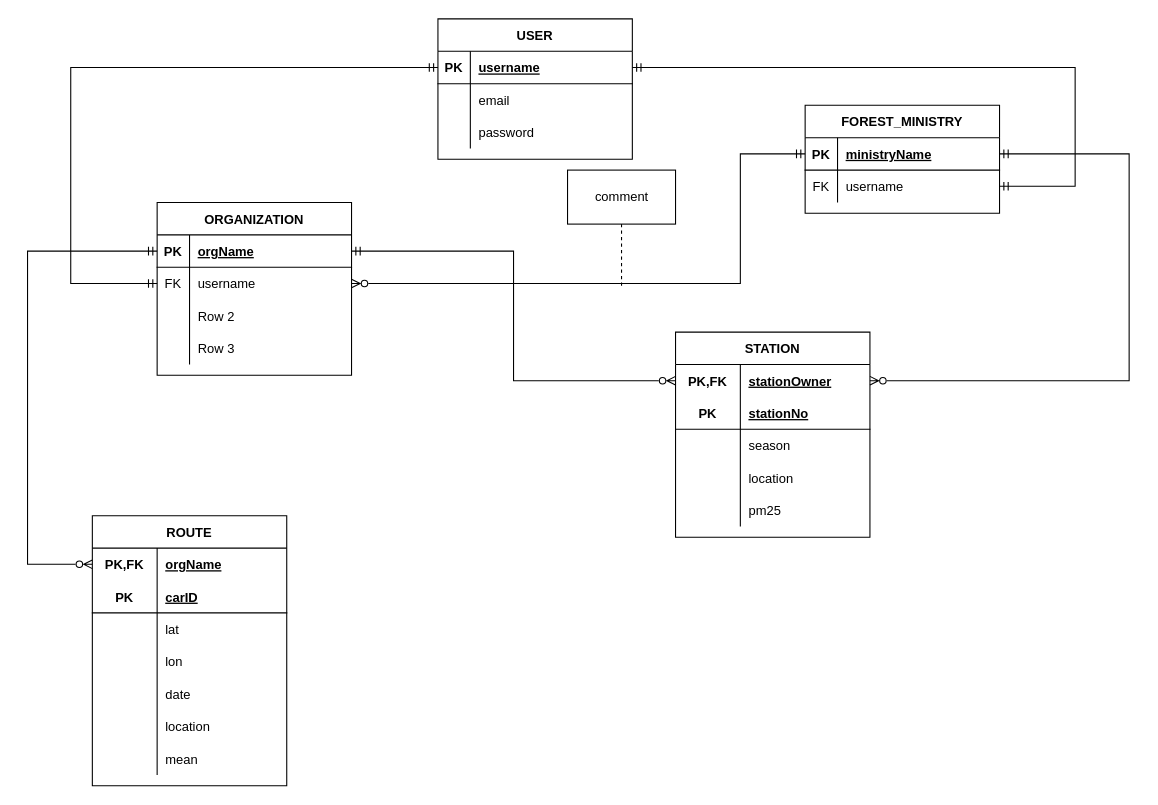
Earlier version of the draw.io diagram EERD.drawio (zorojuro75/CSE303-sec-03-Group-03). Source tidied: cells renumbered, new cells numbered last; positions are measured from the earlier drawing's top-left corner, leaving out a move shared by most shapes. Both pictures are drawn from the tidied source at 108%, with x=0, y=0 at pixel (27, 18).
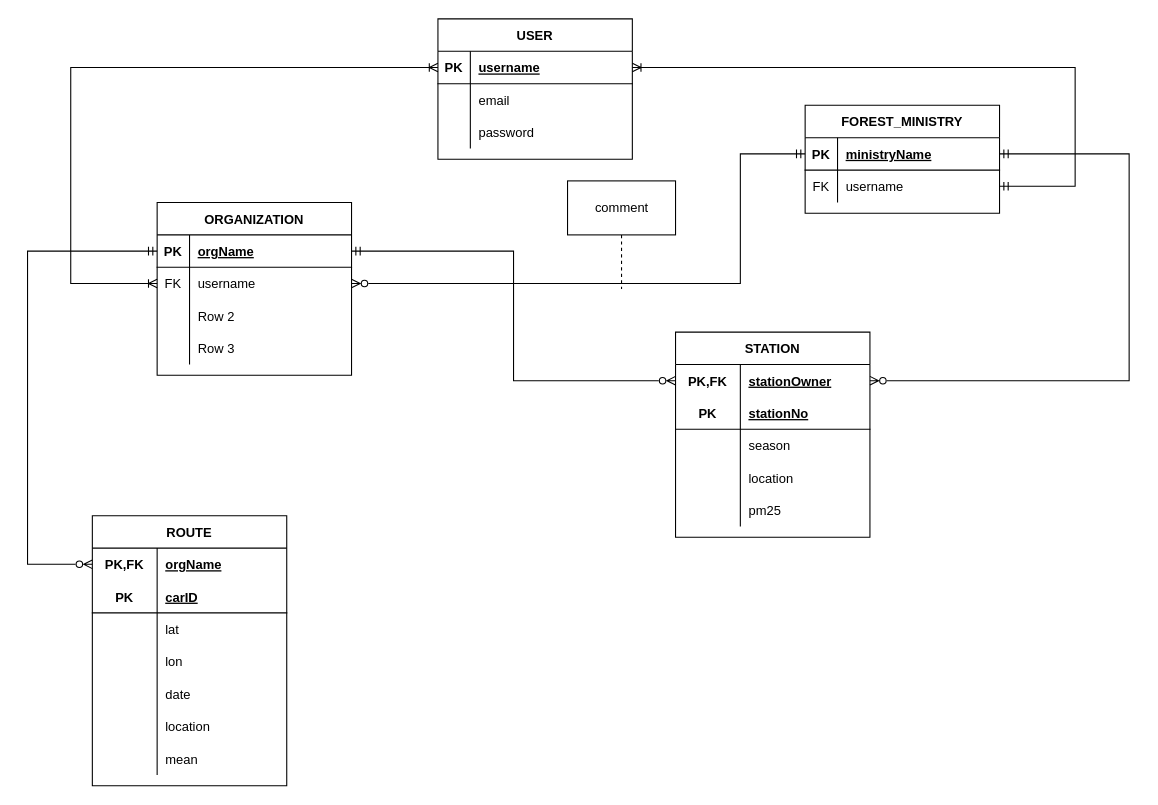
The same diagram, later.

Unchanged cells that the change refers to:
```xml
<mxCell id="3" style="shape=tableRow;horizontal=0;startSize=0;swimlaneHead=0;swimlaneBody=0;fillColor=none;points=[[0,0.5],[1,0.5]];portConstraint=eastwest;top=0;left=0;right=0;bottom=1;" parent="2" vertex="1">
  <mxGeometry y="30" width="180" height="30" as="geometry" />
</mxCell>
<mxCell id="16" style="shape=tableRow;horizontal=0;startSize=0;swimlaneHead=0;swimlaneBody=0;fillColor=none;points=[[0,0.5],[1,0.5]];portConstraint=eastwest;top=0;left=0;right=0;bottom=0;" parent="12" vertex="1">
  <mxGeometry y="60" width="180" height="30" as="geometry" />
</mxCell>
<mxCell id="31" style="shape=tableRow;horizontal=0;startSize=0;swimlaneHead=0;swimlaneBody=0;fillColor=none;points=[[0,0.5],[1,0.5]];portConstraint=eastwest;top=0;left=0;right=0;bottom=0;" parent="27" vertex="1">
  <mxGeometry y="60" width="180" height="30" as="geometry" />
</mxCell>
```

Diff of the diagram source:
```diff
@@
-    <mxCell id="25" style="edgeStyle=orthogonalEdgeStyle;rounded=0;jettySize=auto;html=1;endArrow=ERmandOne;endFill=0;startArrow=ERmandOne;startFill=0;exitX=0;exitY=0.5;exitDx=0;exitDy=0;entryX=0;entryY=0.5;entryDx=0;entryDy=0;" parent="1" edge="1" source="3" target="16">
+    <mxCell id="25" style="edgeStyle=orthogonalEdgeStyle;rounded=0;jettySize=auto;html=1;endArrow=ERoneToMany;endFill=0;startArrow=ERoneToMany;startFill=0;exitX=0;exitY=0.5;exitDx=0;exitDy=0;entryX=0;entryY=0.5;entryDx=0;entryDy=0;" parent="1" edge="1" source="3" target="16">
       <mxGeometry relative="1" as="geometry">
         <Array as="points">
           <mxPoint x="40" y="45" />
           <mxPoint x="40" y="245" />
         </Array>
       </mxGeometry>
     </mxCell>
@@
-    <mxCell id="34" style="rounded=0;jettySize=auto;html=1;endArrow=ERmandOne;endFill=0;startArrow=ERmandOne;startFill=0;edgeStyle=orthogonalEdgeStyle;entryX=1;entryY=0.5;entryDx=0;entryDy=0;exitX=1;exitY=0.5;exitDx=0;exitDy=0;" parent="1" edge="1" source="3" target="31">
+    <mxCell id="34" style="rounded=0;jettySize=auto;html=1;endArrow=ERmandOne;endFill=0;startArrow=ERoneToMany;startFill=0;edgeStyle=orthogonalEdgeStyle;entryX=1;entryY=0.5;entryDx=0;entryDy=0;exitX=1;exitY=0.5;exitDx=0;exitDy=0;" parent="1" edge="1" source="3" target="31">
       <mxGeometry relative="1" as="geometry">
         <Array as="points">
           <mxPoint x="970" y="45" />
           <mxPoint x="970" y="155" />
         </Array>
       </mxGeometry>
     </mxCell>
@@
     <mxCell id="77" value="comment" style="html=1;dashed=0;whitespace=wrap;" parent="1" vertex="1">
-      <mxGeometry x="500" y="140" width="100" height="50" as="geometry" />
+      <mxGeometry x="500" y="150" width="100" height="50" as="geometry" />
     </mxCell>
```
